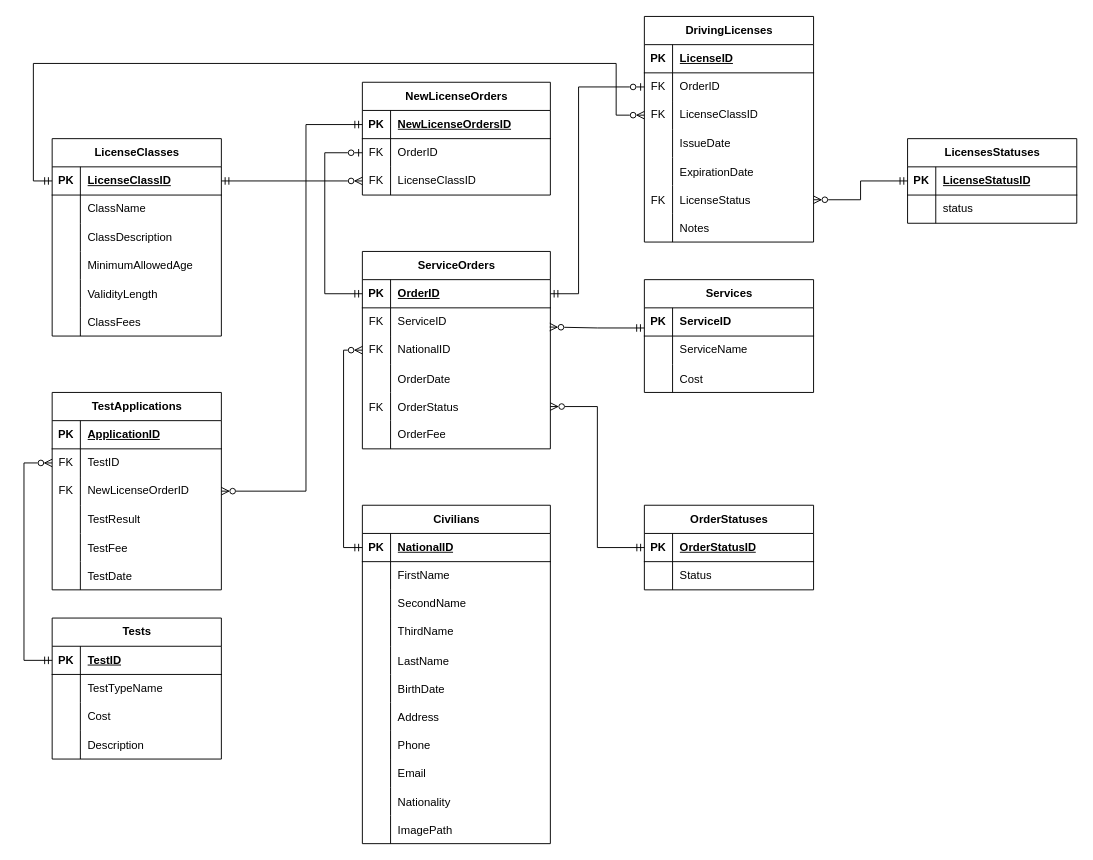
The draw.io diagram ProjectDesign.drawio in Omargherita/LicenseHub, before the edit. Source tidied: cells renumbered, new cells numbered last; positions are measured from the earlier drawing's top-left corner, leaving out a move shared by most shapes. Both pictures are drawn from the tidied source at 94%, with x=0, y=0 at pixel (24, 16).
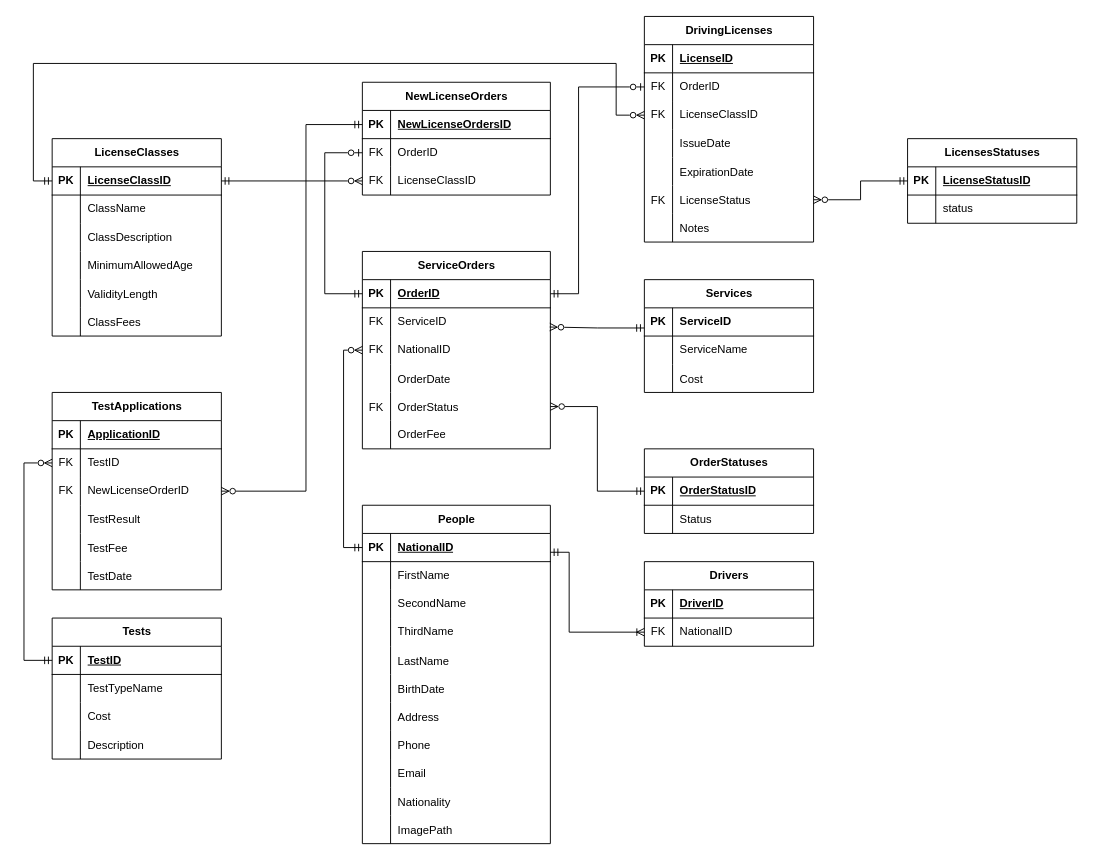
After the change.

Commit message:
Evolve The Project Design Further

What changed in the source:
```diff
@@
-    <mxCell id="31" value="Civilians" style="shape=table;startSize=30;childLayout=tableLayout;rowLines=0;fontStyle=1;align=center;html=1;" parent="1" vertex="1">
+    <mxCell id="31" value="People" style="shape=table;startSize=30;childLayout=tableLayout;rowLines=0;fontStyle=1;align=center;html=1;" parent="1" vertex="1">
       <mxGeometry x="360" y="520" width="200" height="360" as="geometry" />
     </mxCell>
@@
     <mxCell id="98" value="OrderStatuses" style="shape=table;startSize=30;childLayout=tableLayout;rowLines=0;fontStyle=1;align=center;html=1;" parent="1" vertex="1">
-      <mxGeometry x="660" y="520" width="180" height="90" as="geometry" />
+      <mxGeometry x="660" y="460" width="180" height="90" as="geometry" />
     </mxCell>
@@
+    <mxCell id="172" value="Drivers" style="shape=table;startSize=30;childLayout=tableLayout;rowLines=0;fontStyle=1;align=center;html=1;" parent="1" vertex="1">
+      <mxGeometry x="660" y="580" width="180" height="90" as="geometry" />
+    </mxCell>
+    <mxCell id="173" style="shape=tableRow;horizontal=0;startSize=0;swimlaneHead=0;swimlaneBody=0;fillColor=none;top=0;left=0;right=0;bottom=1;" parent="172" vertex="1">
+      <mxGeometry y="30" width="180" height="30" as="geometry" />
+    </mxCell>
+    <mxCell id="174" value="PK" style="shape=partialRectangle;fillColor=none;top=0;left=0;bottom=0;right=0;fontStyle=1;overflow=hidden;whiteSpace=wrap;html=1;" parent="173" vertex="1">
+      <mxGeometry width="30" height="30" as="geometry" />
+    </mxCell>
+    <mxCell id="175" value="DriverID" style="shape=partialRectangle;fillColor=none;top=0;left=0;bottom=0;right=0;align=left;spacingLeft=6;fontStyle=5;overflow=hidden;whiteSpace=wrap;html=1;" parent="173" vertex="1">
+      <mxGeometry x="30" width="150" height="30" as="geometry" />
+    </mxCell>
+    <mxCell id="176" style="shape=tableRow;horizontal=0;startSize=0;swimlaneHead=0;swimlaneBody=0;fillColor=none;points=[[0,0.5],[1,0.5]];portConstraint=eastwest;top=0;left=0;right=0;bottom=0;" parent="172" vertex="1">
+      <mxGeometry y="60" width="180" height="30" as="geometry" />
+    </mxCell>
+    <mxCell id="177" value="FK" style="shape=partialRectangle;fillColor=none;top=0;left=0;bottom=0;right=0;overflow=hidden;whiteSpace=wrap;html=1;" parent="176" vertex="1">
+      <mxGeometry width="30" height="30" as="geometry" />
+    </mxCell>
+    <mxCell id="178" value="NationalID" style="shape=partialRectangle;fillColor=none;top=0;left=0;bottom=0;right=0;align=left;spacingLeft=6;overflow=hidden;whiteSpace=wrap;html=1;" parent="176" vertex="1">
+      <mxGeometry x="30" width="150" height="30" as="geometry" />
+    </mxCell>
+    <mxCell id="179" style="edgeStyle=orthogonalEdgeStyle;rounded=0;jettySize=auto;html=1;entryX=0;entryY=0.5;entryDx=0;entryDy=0;endArrow=ERoneToMany;endFill=0;startArrow=ERmandOne;startFill=0;" parent="1" edge="1" target="176">
+      <mxGeometry relative="1" as="geometry">
+        <mxPoint x="560" y="570" as="sourcePoint" />
+        <Array as="points">
+          <mxPoint x="580" y="570" />
+          <mxPoint x="580" y="655" />
+        </Array>
+      </mxGeometry>
+    </mxCell>
```
